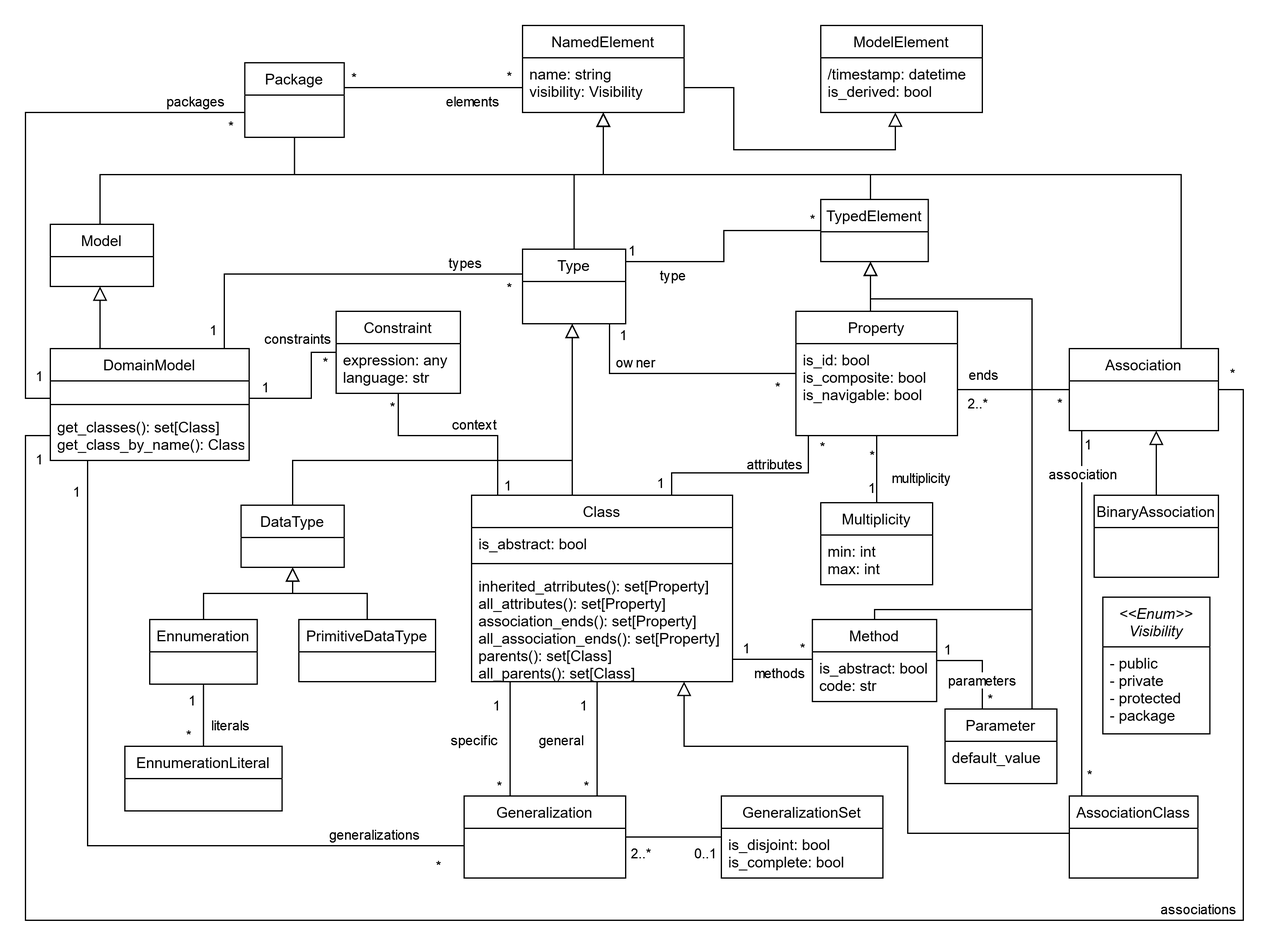
This is docs/source/img/structural_mm.png from BESSER-PEARL/BESSER, a draw.io export, as it was before one commit. Source tidied: cells renumbered, new cells last; positions are measured from the earlier drawing's top-left corner, leaving out a move shared by most shapes.
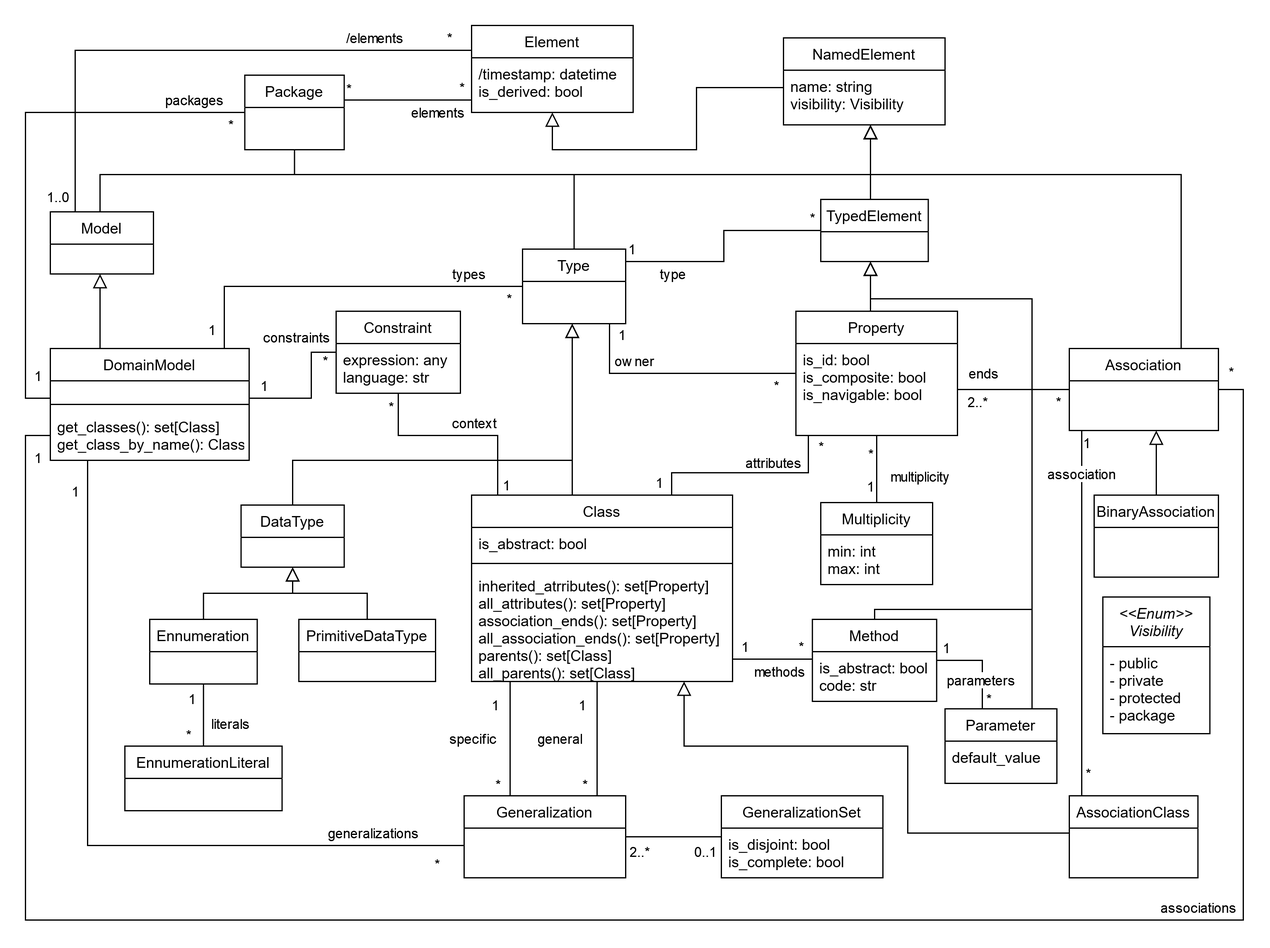
The same diagram one commit later.

Commit message:
Update structural metamodel image to reflect recent class renaming

Change to the diagram source:
```diff
@@ -9,7 +9,7 @@
       <mxGeometry y="40" width="86.1" height="70" as="geometry" />
     </mxCell>
     <mxCell id="4" value="NamedElement" style="swimlane;fontStyle=0;horizontal=1;startSize=26;" parent="1" vertex="1">
-      <mxGeometry x="400" width="130" height="70" as="geometry" />
+      <mxGeometry x="610" y="10" width="130" height="70" as="geometry" />
     </mxCell>
     <mxCell id="5" value="name: string&#10;visibility: Visibility&#10;" style="text;strokeColor=none;fillColor=none;align=left;verticalAlign=top;spacingLeft=4;spacingRight=4;overflow=hidden;" parent="4" vertex="1">
       <mxGeometry y="26" width="130" height="44" as="geometry" />
@@ -313,8 +313,7 @@
     <mxCell id="67" style="endArrow=none;html=1;edgeStyle=orthogonalEdgeStyle;rounded=0;" parent="1" edge="1" source="63" target="6">
       <mxGeometry relative="1" as="geometry">
         <Array as="points">
-          <mxPoint x="160" y="200" />
-          <mxPoint x="420" y="200" />
+          <mxPoint x="160" y="210" />
         </Array>
       </mxGeometry>
     </mxCell>
@@ -334,19 +333,19 @@
       </mxGeometry>
     </mxCell>
     <mxCell id="71" value="Package" style="swimlane;fontStyle=0;horizontal=1;startSize=26;" parent="1" vertex="1">
-      <mxGeometry x="176.5" y="30" width="80" height="60" as="geometry" />
+      <mxGeometry x="176.5" y="40" width="80" height="60" as="geometry" />
     </mxCell>
-    <mxCell id="72" style="endArrow=none;html=1;edgeStyle=orthogonalEdgeStyle;rounded=0;" parent="1" edge="1" source="71" target="4">
+    <mxCell id="72" style="endArrow=none;html=1;edgeStyle=orthogonalEdgeStyle;rounded=0;" parent="1" edge="1" source="71" target="128">
       <mxGeometry relative="1" as="geometry">
         <Array as="points">
-          <mxPoint x="360" y="50" />
-          <mxPoint x="360" y="50" />
+          <mxPoint x="310" y="60" />
+          <mxPoint x="310" y="60" />
         </Array>
       </mxGeometry>
     </mxCell>
     <mxCell id="73" value="elements" style="edgeLabel;html=1;align=center;verticalAlign=middle;" parent="72" vertex="1">
       <mxGeometry x="0.2" y="-1" relative="1" as="geometry">
-        <mxPoint x="17" y="9" as="offset" />
+        <mxPoint x="13" y="9" as="offset" />
       </mxGeometry>
     </mxCell>
     <mxCell id="74" value="*" style="edgeLabel;html=1;align=center;verticalAlign=middle;" parent="72" vertex="1">
@@ -513,7 +512,7 @@
       </mxGeometry>
     </mxCell>
     <mxCell id="105" value="Model" style="swimlane;fontStyle=0;horizontal=1;startSize=26;" parent="1" vertex="1">
-      <mxGeometry x="20" y="160" width="83" height="50" as="geometry" />
+      <mxGeometry x="20" y="150" width="83" height="50" as="geometry" />
     </mxCell>
     <mxCell id="106" style="edgeStyle=orthogonalEdgeStyle;rounded=0;jettySize=auto;html=1;fontSize=12;fontColor=#99BEFF;startArrow=none;startFill=0;endArrow=block;endFill=0;endSize=9;" parent="1" edge="1" source="63" target="105">
       <mxGeometry relative="1" as="geometry">
@@ -527,7 +526,7 @@
       <mxGeometry relative="1" as="geometry">
         <Array as="points">
           <mxPoint x="217" y="120" />
-          <mxPoint x="465" y="120" />
+          <mxPoint x="680" y="120" />
         </Array>
       </mxGeometry>
     </mxCell>
@@ -535,7 +534,7 @@
       <mxGeometry relative="1" as="geometry">
         <Array as="points">
           <mxPoint x="442" y="120" />
-          <mxPoint x="465" y="120" />
+          <mxPoint x="680" y="120" />
         </Array>
       </mxGeometry>
     </mxCell>
@@ -543,15 +542,15 @@
       <mxGeometry relative="1" as="geometry">
         <Array as="points">
           <mxPoint x="60" y="120" />
-          <mxPoint x="465" y="120" />
+          <mxPoint x="680" y="120" />
         </Array>
       </mxGeometry>
     </mxCell>
     <mxCell id="110" style="edgeStyle=orthogonalEdgeStyle;rounded=0;jettySize=auto;html=1;fontSize=12;fontColor=#99BEFF;startArrow=none;startFill=0;endArrow=block;endFill=0;endSize=9;" parent="1" edge="1" source="112" target="4">
       <mxGeometry relative="1" as="geometry">
         <Array as="points">
-          <mxPoint x="680" y="120" />
-          <mxPoint x="465" y="120" />
+          <mxPoint x="680" y="100" />
+          <mxPoint x="680" y="100" />
         </Array>
       </mxGeometry>
     </mxCell>
@@ -559,7 +558,7 @@
       <mxGeometry relative="1" as="geometry">
         <Array as="points">
           <mxPoint x="930" y="120" />
-          <mxPoint x="465" y="120" />
+          <mxPoint x="680" y="120" />
         </Array>
       </mxGeometry>
     </mxCell>
@@ -650,8 +649,8 @@
         </Array>
       </mxGeometry>
     </mxCell>
-    <mxCell id="128" value="ModelElement" style="swimlane;fontStyle=0;horizontal=1;startSize=26;" parent="1" vertex="1">
-      <mxGeometry x="640" width="130" height="70" as="geometry" />
+    <mxCell id="128" value="Element" style="swimlane;fontStyle=0;horizontal=1;startSize=26;" parent="1" vertex="1">
+      <mxGeometry x="359" width="130" height="70" as="geometry" />
     </mxCell>
     <mxCell id="129" value="/timestamp: datetime&#10;is_derived: bool&#10;" style="text;strokeColor=none;fillColor=none;align=left;verticalAlign=top;spacingLeft=4;spacingRight=4;overflow=hidden;" parent="128" vertex="1">
       <mxGeometry y="26" width="130" height="44" as="geometry" />
@@ -659,11 +658,33 @@
     <mxCell id="130" style="edgeStyle=orthogonalEdgeStyle;rounded=0;jettySize=auto;html=1;fontSize=12;fontColor=#99BEFF;startArrow=none;startFill=0;endArrow=block;endFill=0;endSize=9;" parent="1" edge="1" source="4" target="128">
       <mxGeometry relative="1" as="geometry">
         <Array as="points">
-          <mxPoint x="570" y="50" />
-          <mxPoint x="570" y="100" />
-          <mxPoint x="700" y="100" />
+          <mxPoint x="540" y="50" />
+          <mxPoint x="540" y="100" />
+          <mxPoint x="424" y="100" />
         </Array>
       </mxGeometry>
     </mxCell>
+    <mxCell id="131" style="endArrow=none;html=1;edgeStyle=orthogonalEdgeStyle;rounded=0;" parent="1" edge="1" source="105" target="128">
+      <mxGeometry relative="1" as="geometry">
+        <Array as="points">
+          <mxPoint x="40" y="20" />
+        </Array>
+      </mxGeometry>
+    </mxCell>
+    <mxCell id="132" value="/elements" style="edgeLabel;html=1;align=center;verticalAlign=middle;" parent="131" vertex="1">
+      <mxGeometry x="0.74" y="-1" relative="1" as="geometry">
+        <mxPoint x="-21" y="-11" as="offset" />
+      </mxGeometry>
+    </mxCell>
+    <mxCell id="133" value="*" style="edgeLabel;html=1;align=center;verticalAlign=middle;" parent="131" vertex="1">
+      <mxGeometry x="0.94" y="1" relative="1" as="geometry">
+        <mxPoint x="-4" y="-9" as="offset" />
+      </mxGeometry>
+    </mxCell>
+    <mxCell id="134" value="1..0" style="edgeLabel;html=1;align=center;verticalAlign=middle;" parent="131" vertex="1">
+      <mxGeometry x="-0.94" relative="1" as="geometry">
+        <mxPoint x="-14" as="offset" />
+      </mxGeometry>
+    </mxCell>
   </root>
 </mxGraphModel>
```
